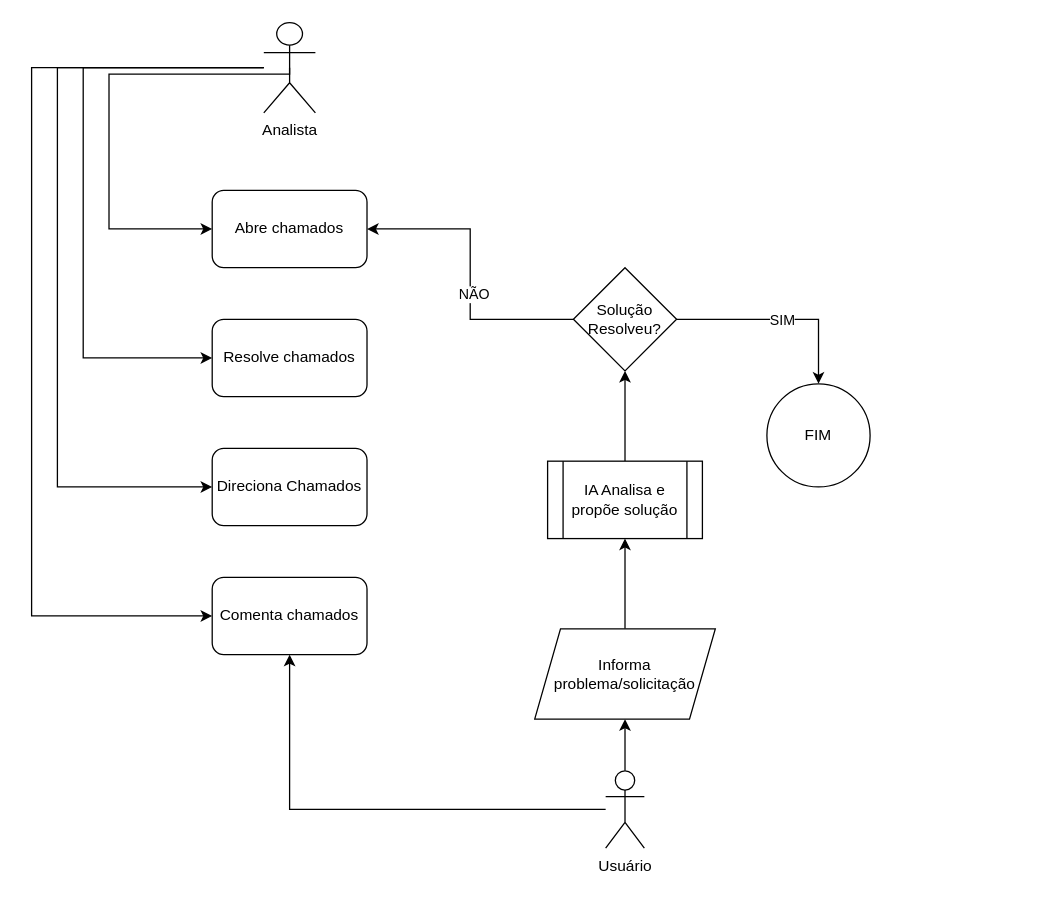
The draw.io diagram pabloSistema.drawio in pablovr1000/pabloSistema, before the edit. Source tidied: cells renumbered, new cells numbered last; positions are measured from the earlier drawing's top-left corner, leaving out a move shared by most shapes. Both pictures are drawn from the tidied source at 129%, with x=0, y=0 at pixel (31, 22).
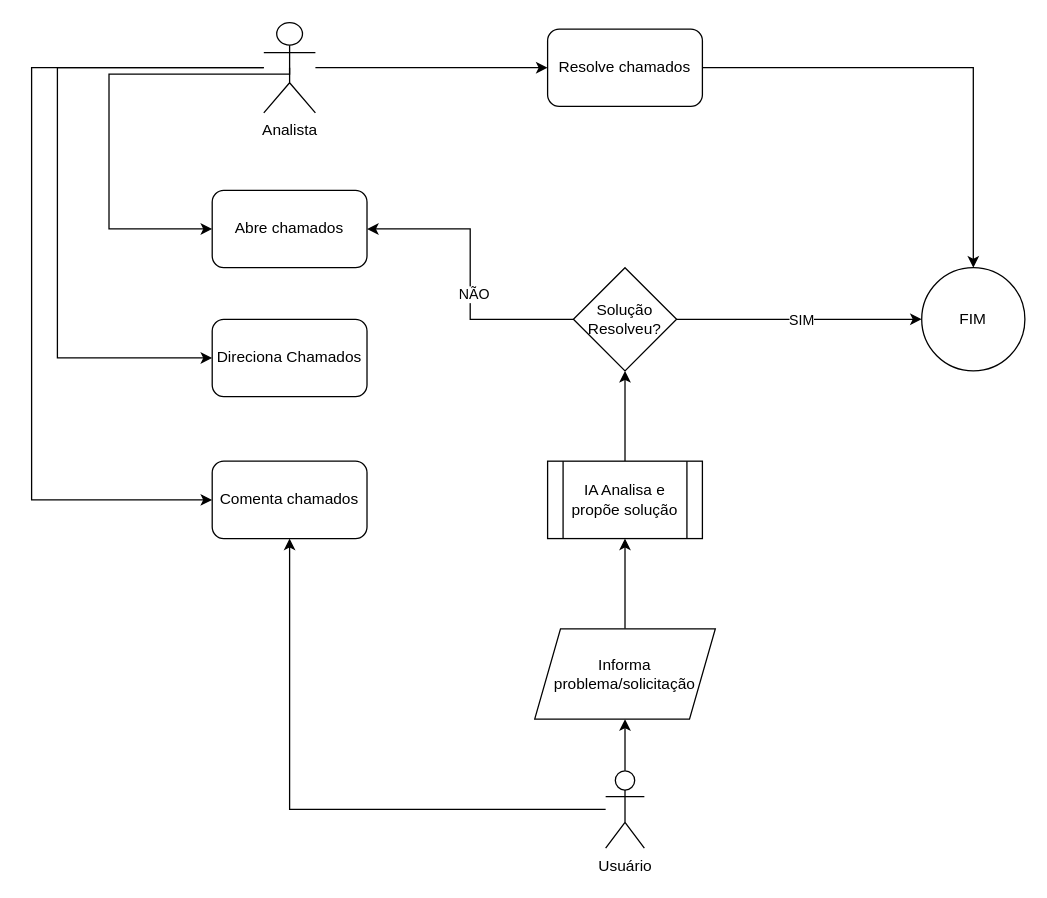
After the change.

The change refers to these unchanged cells:
```xml
<mxCell id="6" value="Analista" style="shape=umlActor;verticalLabelPosition=bottom;verticalAlign=top;html=1;outlineConnect=0;" parent="1" vertex="1">
  <mxGeometry x="180" width="40" height="70" as="geometry" />
</mxCell>
<mxCell id="22" value="Solução Resolveu?" style="rhombus;whiteSpace=wrap;html=1;" parent="1" vertex="1">
  <mxGeometry x="420" y="190" width="80" height="80" as="geometry" />
</mxCell>
```

What changed in the source:
```diff
@@
-    <mxCell id="3" style="edgeStyle=orthogonalEdgeStyle;rounded=0;jettySize=auto;html=1;" parent="1" edge="1" source="6" target="8">
-      <mxGeometry relative="1" as="geometry">
-        <Array as="points">
-          <mxPoint x="40" y="35" />
-          <mxPoint x="40" y="260" />
-        </Array>
-      </mxGeometry>
-    </mxCell>
     <mxCell id="4" style="edgeStyle=orthogonalEdgeStyle;rounded=0;jettySize=auto;html=1;" parent="1" edge="1" source="6" target="9">
       <mxGeometry relative="1" as="geometry">
         <Array as="points">
           <mxPoint x="20" y="35" />
-          <mxPoint x="20" y="360" />
+          <mxPoint x="20" y="260" />
         </Array>
       </mxGeometry>
     </mxCell>
     <mxCell id="5" style="edgeStyle=orthogonalEdgeStyle;rounded=0;jettySize=auto;html=1;" parent="1" edge="1" source="6" target="10">
       <mxGeometry relative="1" as="geometry">
         <Array as="points">
           <mxPoint y="35" />
-          <mxPoint y="460" />
+          <mxPoint y="370" />
         </Array>
       </mxGeometry>
     </mxCell>
+    <mxCell id="3" style="edgeStyle=orthogonalEdgeStyle;rounded=0;jettySize=auto;html=1;entryX=0;entryY=0.5;entryDx=0;entryDy=0;" parent="1" edge="1" source="6" target="8">
+      <mxGeometry relative="1" as="geometry" />
+    </mxCell>
@@
+    <mxCell id="24" style="edgeStyle=orthogonalEdgeStyle;rounded=0;jettySize=auto;html=1;entryX=0.5;entryY=0;entryDx=0;entryDy=0;" parent="1" edge="1" source="8" target="23">
+      <mxGeometry relative="1" as="geometry" />
+    </mxCell>
     <mxCell id="8" value="Resolve chamados" style="rounded=1;whiteSpace=wrap;html=1;" parent="1" vertex="1">
-      <mxGeometry x="140" y="230" width="120" height="60" as="geometry" />
+      <mxGeometry x="400" y="5" width="120" height="60" as="geometry" />
     </mxCell>
     <mxCell id="9" value="Direciona Chamados" style="rounded=1;whiteSpace=wrap;html=1;" parent="1" vertex="1">
-      <mxGeometry x="140" y="330" width="120" height="60" as="geometry" />
+      <mxGeometry x="140" y="230" width="120" height="60" as="geometry" />
     </mxCell>
     <mxCell id="10" value="Comenta chamados" style="rounded=1;whiteSpace=wrap;html=1;" parent="1" vertex="1">
-      <mxGeometry x="140" y="430" width="120" height="60" as="geometry" />
+      <mxGeometry x="140" y="340" width="120" height="60" as="geometry" />
     </mxCell>
@@
     <mxCell id="18" style="edgeStyle=orthogonalEdgeStyle;rounded=0;jettySize=auto;html=1;" parent="1" edge="1" source="22" target="23">
-      <mxGeometry relative="1" as="geometry" />
+      <mxGeometry relative="1" as="geometry">
+        <Array as="points">
+          <mxPoint x="630" y="230" />
+          <mxPoint x="630" y="230" />
+        </Array>
+      </mxGeometry>
     </mxCell>
@@
     <mxCell id="23" value="FIM" style="ellipse;whiteSpace=wrap;html=1;" parent="1" vertex="1">
-      <mxGeometry x="570" y="280" width="80" height="80" as="geometry" />
+      <mxGeometry x="690" y="190" width="80" height="80" as="geometry" />
     </mxCell>
```
